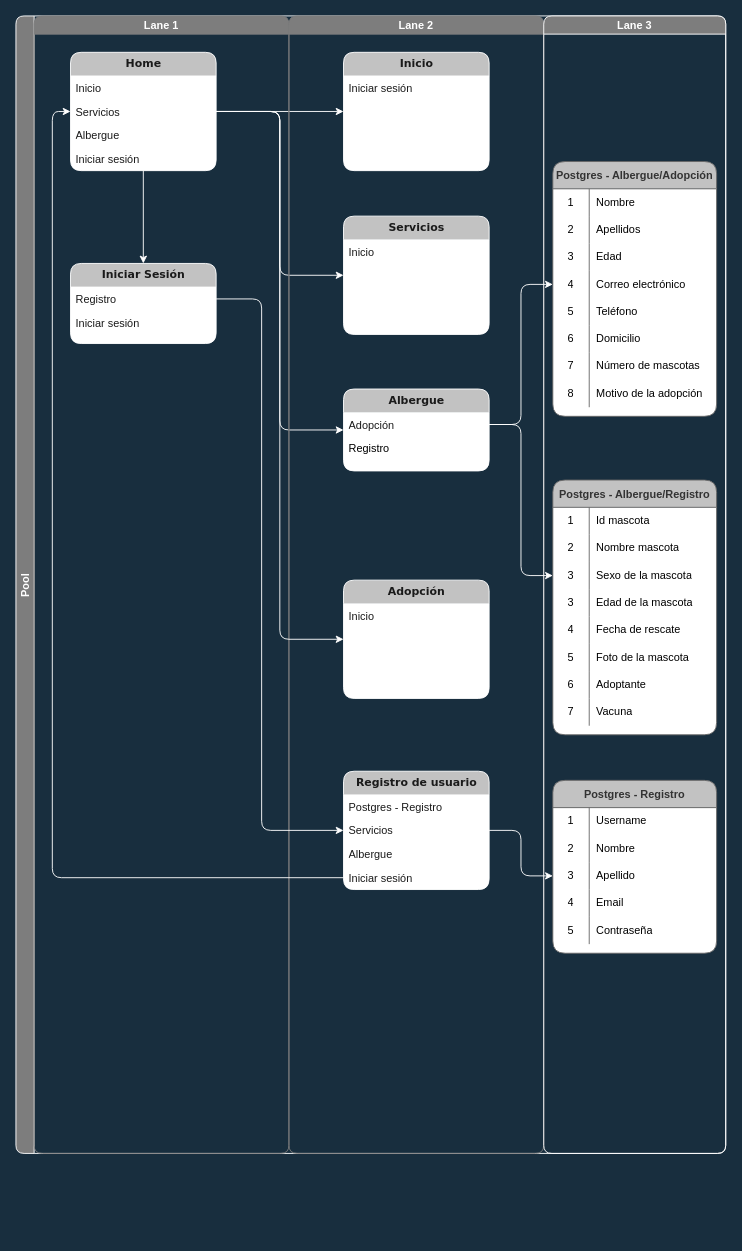
The draw.io diagram Ideas_para_la_página/Ideas_para_la_página.drawio in hefecaso/0980_Proyectos-Albergue_de_mascotas, before the edit. Source tidied: cells renumbered, new cells numbered last; positions are measured from the earlier drawing's top-left corner, leaving out a move shared by most shapes. Both pictures are drawn from the tidied source at 91%, with x=0, y=0 at pixel (15, 15).
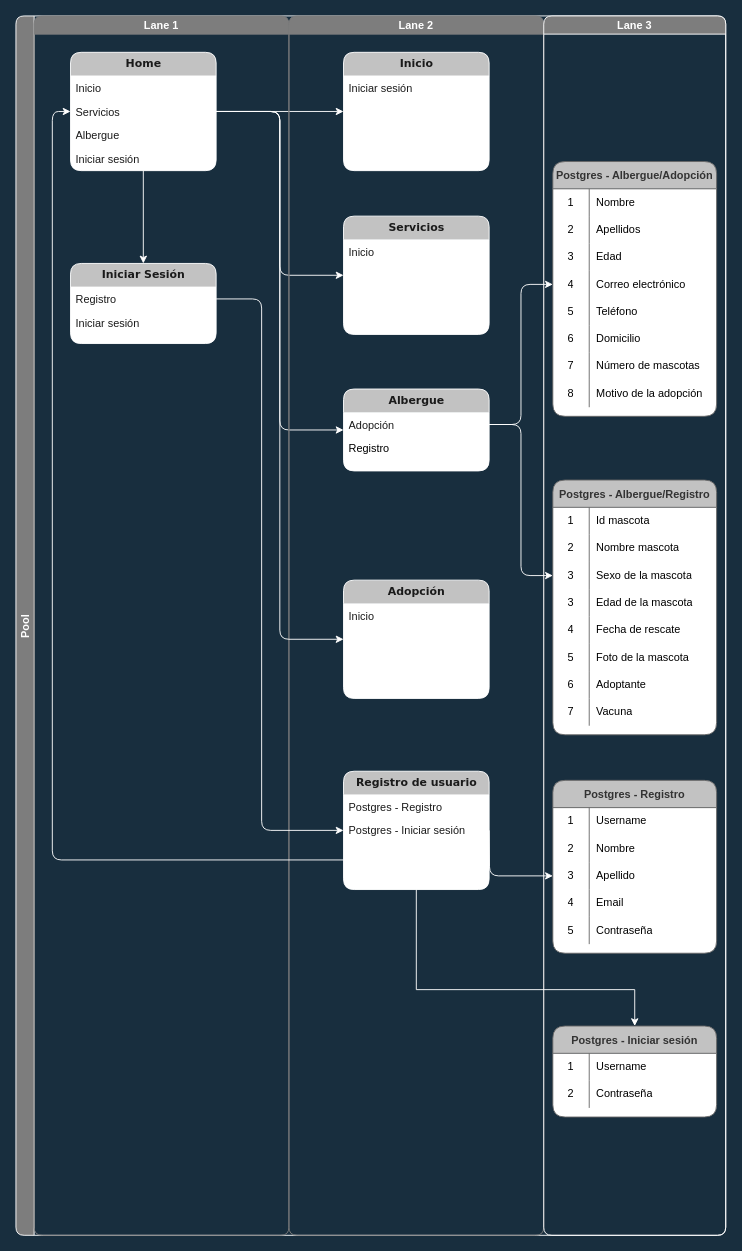
After the change.

Commit message:
Modificando diseño esquema

Unchanged cells that the change refers to:
```xml
<mxCell id="8" value="Servicios" style="text;html=1;strokeColor=none;fillColor=none;spacingLeft=4;spacingRight=4;whiteSpace=wrap;overflow=hidden;points=[[0,0.5],[1,0.5]];portConstraint=eastwest;rounded=1;fontColor=#1A1A1A;" parent="6" vertex="1">
  <mxGeometry y="52" width="160" height="26" as="geometry" />
</mxCell>
<mxCell id="14" value="Registro" style="text;html=1;strokeColor=none;fillColor=none;spacingLeft=4;spacingRight=4;whiteSpace=wrap;overflow=hidden;points=[[0,0.5],[1,0.5]];portConstraint=eastwest;rounded=1;fontColor=#1A1A1A;" parent="13" vertex="1">
  <mxGeometry y="26" width="160" height="26" as="geometry" />
</mxCell>
<mxCell id="26" value="Registro de usuario" style="swimlane;html=1;fontStyle=1;horizontal=1;startSize=26;swimlaneFillColor=#ffffff;align=center;rounded=1;shadow=0;comic=0;labelBackgroundColor=none;strokeWidth=1;fontFamily=Verdana;fontSize=12;fillColor=#C2C2C2;strokeColor=#FFFFFF;fontColor=#1A1A1A;" parent="16" vertex="1">
  <mxGeometry x="60" y="830" width="160" height="130" as="geometry" />
</mxCell>
<mxCell id="39" style="shape=tableRow;horizontal=0;startSize=0;swimlaneHead=0;swimlaneBody=0;top=0;left=0;bottom=0;right=0;fillColor=none;points=[[0,0.5],[1,0.5]];portConstraint=eastwest;rounded=1;fontColor=#FFFFFF;strokeColor=#7D7D7D;" parent="32" vertex="1">
  <mxGeometry y="90" width="180" height="30" as="geometry" />
</mxCell>
```

Diff of the diagram source:
```diff
@@
     <mxCell id="11" value="Pool" style="swimlane;startSize=20;horizontal=0;rounded=1;swimlaneFillColor=none;fillColor=#7D7D7D;strokeColor=#FFFFFF;fontColor=#FFFFFF;" parent="1" vertex="1">
-      <mxGeometry width="780" height="1250" as="geometry" />
+      <mxGeometry width="780" height="1340" as="geometry" />
     </mxCell>
     <mxCell id="12" value="Lane 1" style="swimlane;startSize=20;rounded=1;fontColor=#FFFFFF;strokeColor=#7D7D7D;fillColor=#7D7D7D;" parent="11" vertex="1">
-      <mxGeometry x="20" width="280" height="1250" as="geometry" />
+      <mxGeometry x="20" width="280" height="1340" as="geometry" />
     </mxCell>
@@
     <mxCell id="16" value="Lane 2" style="swimlane;startSize=20;rounded=1;fontColor=#FFFFFF;strokeColor=#7D7D7D;fillColor=#7D7D7D;" parent="11" vertex="1">
-      <mxGeometry x="300" width="280" height="1250" as="geometry" />
+      <mxGeometry x="300" width="280" height="1340" as="geometry" />
     </mxCell>
@@
-    <mxCell id="28" value="Servicios" style="text;html=1;strokeColor=none;fillColor=none;spacingLeft=4;spacingRight=4;whiteSpace=wrap;overflow=hidden;points=[[0,0.5],[1,0.5]];portConstraint=eastwest;rounded=1;fontColor=#1A1A1A;" parent="26" vertex="1">
-      <mxGeometry y="52" width="160" height="26" as="geometry" />
-    </mxCell>
-    <mxCell id="29" value="Albergue" style="text;html=1;strokeColor=none;fillColor=none;spacingLeft=4;spacingRight=4;whiteSpace=wrap;overflow=hidden;rounded=1;fontColor=#1A1A1A;" parent="26" vertex="1">
-      <mxGeometry y="78" width="160" height="26" as="geometry" />
-    </mxCell>
-    <mxCell id="30" value="Iniciar sesión" style="text;html=1;strokeColor=none;fillColor=none;spacingLeft=4;spacingRight=4;whiteSpace=wrap;overflow=hidden;points=[[0,0.5],[1,0.5]];portConstraint=eastwest;rounded=1;fontColor=#1A1A1A;" parent="26" vertex="1">
-      <mxGeometry y="104" width="160" height="26" as="geometry" />
+    <mxCell id="30" value="Postgres - Iniciar sesión" style="text;html=1;strokeColor=none;fillColor=none;spacingLeft=4;spacingRight=4;whiteSpace=wrap;overflow=hidden;points=[[0,0.5],[1,0.5]];portConstraint=eastwest;rounded=1;fontColor=#1A1A1A;" parent="26" vertex="1">
+      <mxGeometry y="52" width="160" height="26" as="geometry" />
     </mxCell>
     <mxCell id="31" value="Lane 3" style="swimlane;startSize=20;rounded=1;fontColor=#FFFFFF;strokeColor=#FFFFFF;fillColor=#7D7D7D;" parent="11" vertex="1">
-      <mxGeometry x="580" width="200" height="1250" as="geometry" />
+      <mxGeometry x="580" width="200" height="1340" as="geometry" />
     </mxCell>
@@
+    <mxCell id="104" value="Postgres - Iniciar sesión" style="shape=table;startSize=30;childLayout=tableLayout;rowLines=0;fontStyle=1;rounded=1;swimlaneFillColor=default;fillColor=#C2C2C2;fontColor=#333333;strokeColor=#666666;" parent="31" vertex="1">
+      <mxGeometry x="10" y="1110" width="180" height="100" as="geometry" />
+    </mxCell>
+    <mxCell id="105" style="shape=tableRow;horizontal=0;startSize=0;swimlaneHead=0;swimlaneBody=0;top=0;left=0;bottom=0;right=0;fillColor=none;rounded=1;fontColor=#FFFFFF;strokeColor=#7D7D7D;" parent="104" vertex="1">
+      <mxGeometry y="30" width="180" height="30" as="geometry" />
+    </mxCell>
+    <mxCell id="106" value="&lt;font color=&quot;#000000&quot;&gt;1&lt;/font&gt;" style="shape=partialRectangle;html=1;whiteSpace=wrap;fillColor=none;top=0;left=0;bottom=0;right=0;overflow=hidden;rounded=1;fontColor=#FFFFFF;strokeColor=#000000;" parent="105" vertex="1">
+      <mxGeometry width="40" height="30" as="geometry" />
+    </mxCell>
+    <mxCell id="107" value="&lt;font color=&quot;#000000&quot;&gt;Username&lt;/font&gt;" style="shape=partialRectangle;html=1;whiteSpace=wrap;fillColor=none;top=0;left=0;bottom=0;right=0;align=left;spacingLeft=6;overflow=hidden;rounded=1;fontColor=#FFFFFF;strokeColor=#000000;" parent="105" vertex="1">
+      <mxGeometry x="40" width="140" height="30" as="geometry" />
+    </mxCell>
+    <mxCell id="108" style="shape=tableRow;horizontal=0;startSize=0;swimlaneHead=0;swimlaneBody=0;top=0;left=0;bottom=0;right=0;fillColor=none;rounded=1;fontColor=#FFFFFF;strokeColor=#7D7D7D;" parent="104" vertex="1">
+      <mxGeometry y="60" width="180" height="30" as="geometry" />
+    </mxCell>
+    <mxCell id="109" value="2" style="shape=partialRectangle;html=1;whiteSpace=wrap;fillColor=none;top=0;left=0;bottom=0;right=0;overflow=hidden;rounded=1;fontColor=#000000;strokeColor=#000000;" parent="108" vertex="1">
+      <mxGeometry width="40" height="30" as="geometry" />
+    </mxCell>
+    <mxCell id="110" value="Contraseña" style="shape=partialRectangle;html=1;whiteSpace=wrap;fillColor=none;top=0;left=0;bottom=0;right=0;align=left;spacingLeft=6;overflow=hidden;rounded=1;fontColor=#000000;strokeColor=#000000;" parent="108" vertex="1">
+      <mxGeometry x="40" width="140" height="30" as="geometry" />
+    </mxCell>
-    <mxCell id="98" style="edgeStyle=orthogonalEdgeStyle;curved=0;rounded=1;jettySize=auto;html=1;fontColor=#000000;strokeColor=#FFFFFF;entryX=0;entryY=0.5;entryDx=0;entryDy=0;exitX=1;exitY=0.5;exitDx=0;exitDy=0;" parent="11" edge="1" source="14" target="28">
+    <mxCell id="98" style="edgeStyle=orthogonalEdgeStyle;curved=0;rounded=1;jettySize=auto;html=1;fontColor=#000000;strokeColor=#FFFFFF;entryX=0;entryY=0.5;entryDx=0;entryDy=0;exitX=1;exitY=0.5;exitDx=0;exitDy=0;" parent="11" edge="1" source="14">
       <mxGeometry relative="1" as="geometry">
+        <mxPoint x="360" y="895" as="targetPoint" />
         <Array as="points">
           <mxPoint x="270" y="311" />
           <mxPoint x="270" y="895" />
         </Array>
       </mxGeometry>
     </mxCell>
-    <mxCell id="99" style="edgeStyle=orthogonalEdgeStyle;curved=0;rounded=1;jettySize=auto;html=1;entryX=0;entryY=0.5;entryDx=0;entryDy=0;fontColor=#000000;strokeColor=#FFFFFF;" parent="11" edge="1" source="28" target="39">
-      <mxGeometry relative="1" as="geometry" />
+    <mxCell id="99" style="edgeStyle=orthogonalEdgeStyle;curved=0;rounded=1;jettySize=auto;html=1;entryX=0;entryY=0.5;entryDx=0;entryDy=0;fontColor=#000000;strokeColor=#FFFFFF;" parent="11" edge="1" target="39">
+      <mxGeometry relative="1" as="geometry">
+        <mxPoint x="520" y="895" as="sourcePoint" />
+      </mxGeometry>
     </mxCell>
@@
+    <mxCell id="111" style="edgeStyle=orthogonalEdgeStyle;rounded=0;jettySize=auto;html=1;strokeColor=#FFFFFF;exitX=0.5;exitY=1;exitDx=0;exitDy=0;" parent="11" edge="1" source="26" target="104">
+      <mxGeometry relative="1" as="geometry">
+        <Array as="points">
+          <mxPoint x="440" y="1070" />
+          <mxPoint x="680" y="1070" />
+        </Array>
+      </mxGeometry>
+    </mxCell>
@@
-    <mxCell id="103" style="edgeStyle=orthogonalEdgeStyle;curved=0;rounded=1;jettySize=auto;html=1;entryX=0;entryY=0.5;entryDx=0;entryDy=0;fontColor=#FFFFFF;strokeColor=#FFFFFF;exitX=0;exitY=0.5;exitDx=0;exitDy=0;" parent="1" edge="1" source="30" target="8">
+    <mxCell id="103" style="edgeStyle=orthogonalEdgeStyle;curved=0;rounded=1;jettySize=auto;html=1;entryX=0;entryY=0.5;entryDx=0;entryDy=0;fontColor=#FFFFFF;strokeColor=#FFFFFF;exitX=0;exitY=0.75;exitDx=0;exitDy=0;" parent="1" edge="1" source="26" target="8">
       <mxGeometry relative="1" as="geometry" />
     </mxCell>
```
